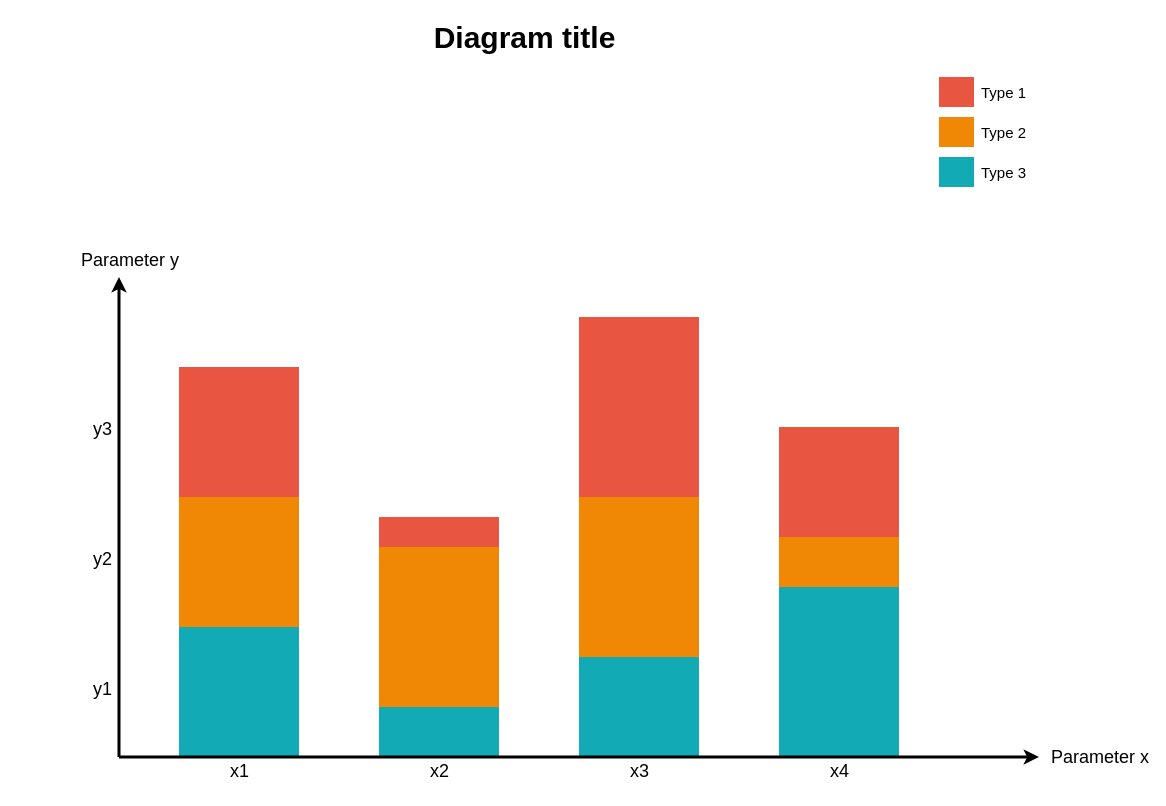
Above: Resources/Games/Untitled Diagram.drawio in Yifei29/YHStudios (draw.io), before the change. Source tidied: cells renumbered, new cells numbered last; positions are measured from the earlier drawing's top-left corner, leaving out a move shared by most shapes. Both pictures are drawn from the tidied source at 100%, with x=0, y=0 at pixel (79, 16).
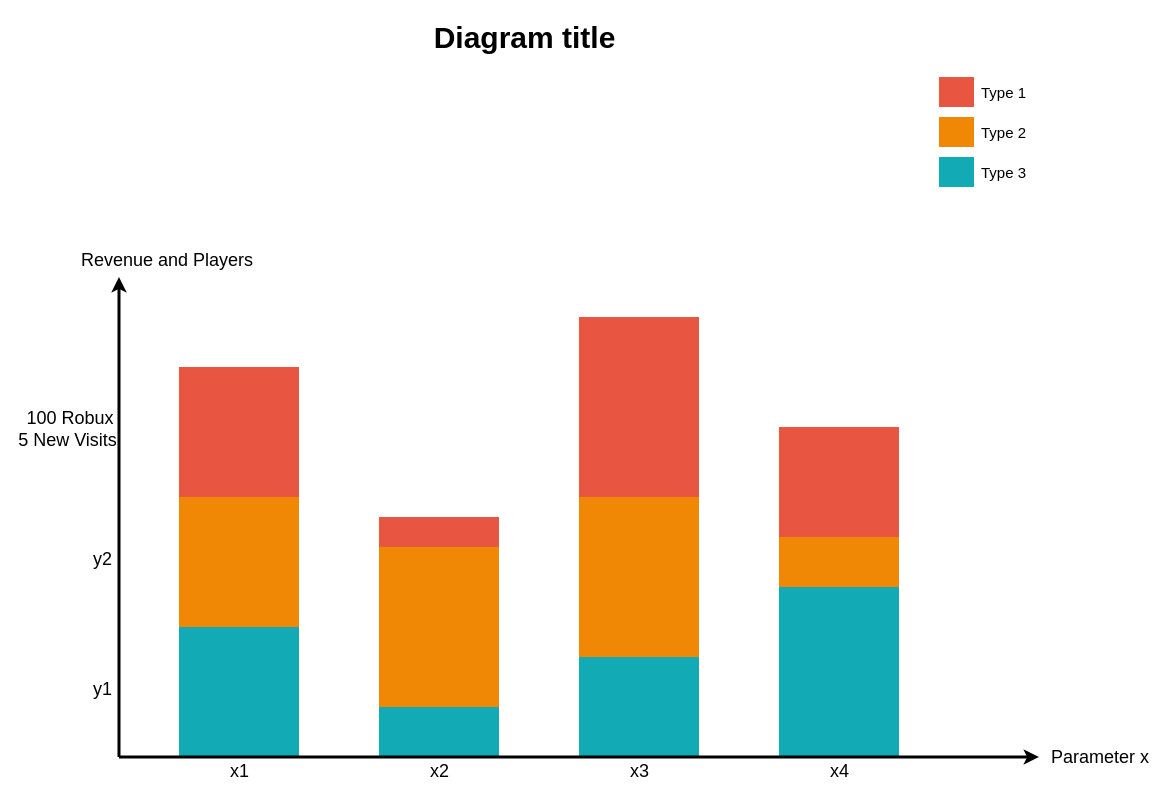
The same diagram, later.

Diff of the diagram source:
```diff
@@
-    <mxCell id="24" value="Parameter y" style="text;spacingTop=-5;html=1;fontSize=18;fontStyle=0;" parent="1" vertex="1">
+    <mxCell id="24" value="Revenue and Players&lt;br&gt;" style="text;spacingTop=-5;html=1;fontSize=18;fontStyle=0;" parent="1" vertex="1">
       <mxGeometry x="-0.5" y="231.5" width="80" height="20" as="geometry" />
     </mxCell>
@@
-    <mxCell id="27" value="y3" style="text;spacingTop=-5;align=center;verticalAlign=middle;fontStyle=0;html=1;fontSize=18;" parent="1" vertex="1">
+    <mxCell id="27" value="100 Robux&amp;nbsp; &amp;nbsp; &amp;nbsp; &amp;nbsp; &amp;nbsp; &amp;nbsp; &amp;nbsp;&lt;br&gt;5 New Visits&amp;nbsp; &amp;nbsp; &amp;nbsp; &amp;nbsp; &amp;nbsp; &amp;nbsp; &amp;nbsp;&amp;nbsp;" style="text;spacingTop=-5;align=center;verticalAlign=middle;fontStyle=0;html=1;fontSize=18;" parent="1" vertex="1">
       <mxGeometry x="7.5" y="350.5" width="30" height="130" as="geometry" />
     </mxCell>
```
